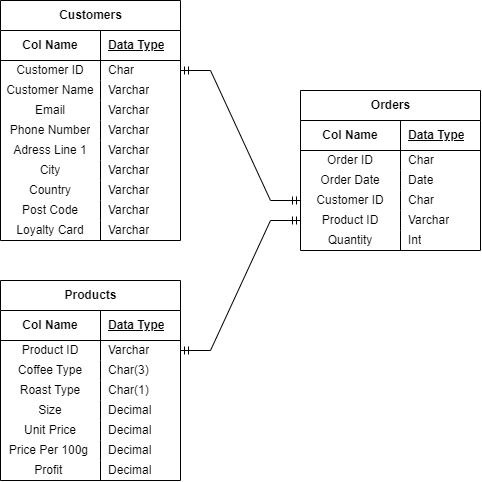
The draw.io diagram ReadMeImages/ERD.png in adam-grove/Coffee-Sales-Dashboard-Excel, before a commit. Source tidied: cells renumbered, new cells last; positions are measured from the earlier drawing's top-left corner, leaving out a move shared by most shapes. Source of this version:
```xml
<mxGraphModel>
  <root>
    <mxCell id="0" />
    <mxCell id="1" parent="0" />
    <mxCell id="2" value="Products" style="shape=table;startSize=30;rowLines=0;fontStyle=1;align=center;html=1;" parent="1" vertex="1">
      <mxGeometry y="280" width="180" height="200" as="geometry" />
    </mxCell>
    <mxCell id="3" style="shape=tableRow;horizontal=0;startSize=0;swimlaneHead=0;swimlaneBody=0;fillColor=none;top=0;left=0;right=0;bottom=1;" parent="2" vertex="1">
      <mxGeometry y="30" width="180" height="30" as="geometry" />
    </mxCell>
    <mxCell id="4" value="Col Name" style="shape=partialRectangle;fillColor=none;top=0;left=0;bottom=0;right=0;fontStyle=1;overflow=hidden;whiteSpace=wrap;html=1;" parent="3" vertex="1">
      <mxGeometry width="100" height="30" as="geometry" />
    </mxCell>
    <mxCell id="5" value="Data Type" style="shape=partialRectangle;fillColor=none;top=0;left=0;bottom=0;right=0;align=left;spacingLeft=6;fontStyle=5;overflow=hidden;whiteSpace=wrap;html=1;" parent="3" vertex="1">
      <mxGeometry x="100" width="80" height="30" as="geometry" />
    </mxCell>
    <mxCell id="6" style="shape=tableRow;horizontal=0;startSize=0;swimlaneHead=0;swimlaneBody=0;fillColor=none;points=[[0,0.5],[1,0.5]];portConstraint=eastwest;top=0;left=0;right=0;bottom=0;" parent="2" vertex="1">
      <mxGeometry y="60" width="180" height="20" as="geometry" />
    </mxCell>
    <mxCell id="7" value="Product ID" style="shape=partialRectangle;fillColor=none;top=0;left=0;bottom=0;right=0;overflow=hidden;whiteSpace=wrap;html=1;" parent="6" vertex="1">
      <mxGeometry width="100" height="20" as="geometry" />
    </mxCell>
    <mxCell id="8" value="Varchar" style="shape=partialRectangle;fillColor=none;top=0;left=0;bottom=0;right=0;align=left;spacingLeft=6;overflow=hidden;whiteSpace=wrap;html=1;" parent="6" vertex="1">
      <mxGeometry x="100" width="80" height="20" as="geometry" />
    </mxCell>
    <mxCell id="9" style="shape=tableRow;horizontal=0;startSize=0;swimlaneHead=0;swimlaneBody=0;fillColor=none;top=0;left=0;right=0;bottom=0;" parent="2" vertex="1">
      <mxGeometry y="80" width="180" height="20" as="geometry" />
    </mxCell>
    <mxCell id="10" value="Coffee Type" style="shape=partialRectangle;fillColor=none;top=0;left=0;bottom=0;right=0;overflow=hidden;whiteSpace=wrap;html=1;" parent="9" vertex="1">
      <mxGeometry width="100" height="20" as="geometry" />
    </mxCell>
    <mxCell id="11" value="Char(3)" style="shape=partialRectangle;fillColor=none;top=0;left=0;bottom=0;right=0;align=left;spacingLeft=6;overflow=hidden;whiteSpace=wrap;html=1;" parent="9" vertex="1">
      <mxGeometry x="100" width="80" height="20" as="geometry" />
    </mxCell>
    <mxCell id="12" style="shape=tableRow;horizontal=0;startSize=0;swimlaneHead=0;swimlaneBody=0;fillColor=none;top=0;left=0;right=0;bottom=0;" parent="2" vertex="1">
      <mxGeometry y="100" width="180" height="20" as="geometry" />
    </mxCell>
    <mxCell id="13" value="Roast Type" style="shape=partialRectangle;fillColor=none;top=0;left=0;bottom=0;right=0;overflow=hidden;whiteSpace=wrap;html=1;" parent="12" vertex="1">
      <mxGeometry width="100" height="20" as="geometry" />
    </mxCell>
    <mxCell id="14" value="Char(1)" style="shape=partialRectangle;fillColor=none;top=0;left=0;bottom=0;right=0;align=left;spacingLeft=6;overflow=hidden;whiteSpace=wrap;html=1;" parent="12" vertex="1">
      <mxGeometry x="100" width="80" height="20" as="geometry" />
    </mxCell>
    <mxCell id="15" style="shape=tableRow;horizontal=0;startSize=0;swimlaneHead=0;swimlaneBody=0;fillColor=none;top=0;left=0;right=0;bottom=0;" parent="2" vertex="1">
      <mxGeometry y="120" width="180" height="20" as="geometry" />
    </mxCell>
    <mxCell id="16" value="Size" style="shape=partialRectangle;fillColor=none;top=0;left=0;bottom=0;right=0;overflow=hidden;whiteSpace=wrap;html=1;" parent="15" vertex="1">
      <mxGeometry width="100" height="20" as="geometry" />
    </mxCell>
    <mxCell id="17" value="Decimal" style="shape=partialRectangle;fillColor=none;top=0;left=0;bottom=0;right=0;align=left;spacingLeft=6;overflow=hidden;whiteSpace=wrap;html=1;" parent="15" vertex="1">
      <mxGeometry x="100" width="80" height="20" as="geometry" />
    </mxCell>
    <mxCell id="18" style="shape=tableRow;horizontal=0;startSize=0;swimlaneHead=0;swimlaneBody=0;fillColor=none;top=0;left=0;right=0;bottom=0;" parent="2" vertex="1">
      <mxGeometry y="140" width="180" height="20" as="geometry" />
    </mxCell>
    <mxCell id="19" value="Unit Price" style="shape=partialRectangle;fillColor=none;top=0;left=0;bottom=0;right=0;overflow=hidden;whiteSpace=wrap;html=1;" parent="18" vertex="1">
      <mxGeometry width="100" height="20" as="geometry" />
    </mxCell>
    <mxCell id="20" value="Decimal" style="shape=partialRectangle;fillColor=none;top=0;left=0;bottom=0;right=0;align=left;spacingLeft=6;overflow=hidden;whiteSpace=wrap;html=1;" parent="18" vertex="1">
      <mxGeometry x="100" width="80" height="20" as="geometry" />
    </mxCell>
    <mxCell id="21" style="shape=tableRow;horizontal=0;startSize=0;swimlaneHead=0;swimlaneBody=0;fillColor=none;top=0;left=0;right=0;bottom=0;" parent="2" vertex="1">
      <mxGeometry y="160" width="180" height="20" as="geometry" />
    </mxCell>
    <mxCell id="22" value="Price Per 100g&amp;nbsp;" style="shape=partialRectangle;fillColor=none;top=0;left=0;bottom=0;right=0;overflow=hidden;whiteSpace=wrap;html=1;" parent="21" vertex="1">
      <mxGeometry width="100" height="20" as="geometry" />
    </mxCell>
    <mxCell id="23" value="Decimal" style="shape=partialRectangle;fillColor=none;top=0;left=0;bottom=0;right=0;align=left;spacingLeft=6;overflow=hidden;whiteSpace=wrap;html=1;" parent="21" vertex="1">
      <mxGeometry x="100" width="80" height="20" as="geometry" />
    </mxCell>
    <mxCell id="24" style="shape=tableRow;horizontal=0;startSize=0;swimlaneHead=0;swimlaneBody=0;fillColor=none;top=0;left=0;right=0;bottom=0;" parent="2" vertex="1">
      <mxGeometry y="180" width="180" height="20" as="geometry" />
    </mxCell>
    <mxCell id="25" value="Profit&amp;nbsp;" style="shape=partialRectangle;fillColor=none;top=0;left=0;bottom=0;right=0;overflow=hidden;whiteSpace=wrap;html=1;" parent="24" vertex="1">
      <mxGeometry width="100" height="20" as="geometry" />
    </mxCell>
    <mxCell id="26" value="Decimal" style="shape=partialRectangle;fillColor=none;top=0;left=0;bottom=0;right=0;align=left;spacingLeft=6;overflow=hidden;whiteSpace=wrap;html=1;" parent="24" vertex="1">
      <mxGeometry x="100" width="80" height="20" as="geometry" />
    </mxCell>
    <mxCell id="27" value="Customers" style="shape=table;startSize=30;rowLines=0;fontStyle=1;align=center;html=1;" parent="1" vertex="1">
      <mxGeometry width="180" height="240" as="geometry" />
    </mxCell>
    <mxCell id="28" style="shape=tableRow;horizontal=0;startSize=0;swimlaneHead=0;swimlaneBody=0;fillColor=none;top=0;left=0;right=0;bottom=1;" parent="27" vertex="1">
      <mxGeometry y="30" width="180" height="30" as="geometry" />
    </mxCell>
    <mxCell id="29" value="Col Name" style="shape=partialRectangle;fillColor=none;top=0;left=0;bottom=0;right=0;fontStyle=1;overflow=hidden;whiteSpace=wrap;html=1;" parent="28" vertex="1">
      <mxGeometry width="100" height="30" as="geometry" />
    </mxCell>
    <mxCell id="30" value="Data Type" style="shape=partialRectangle;fillColor=none;top=0;left=0;bottom=0;right=0;align=left;spacingLeft=6;fontStyle=5;overflow=hidden;whiteSpace=wrap;html=1;" parent="28" vertex="1">
      <mxGeometry x="100" width="80" height="30" as="geometry" />
    </mxCell>
    <mxCell id="31" style="shape=tableRow;horizontal=0;startSize=0;swimlaneHead=0;swimlaneBody=0;fillColor=none;points=[[0,0.5],[1,0.5]];portConstraint=eastwest;top=0;left=0;right=0;bottom=0;" parent="27" vertex="1">
      <mxGeometry y="60" width="180" height="20" as="geometry" />
    </mxCell>
    <mxCell id="32" value="Customer ID" style="shape=partialRectangle;fillColor=none;top=0;left=0;bottom=0;right=0;overflow=hidden;whiteSpace=wrap;html=1;" parent="31" vertex="1">
      <mxGeometry width="100" height="20" as="geometry" />
    </mxCell>
    <mxCell id="33" value="Char" style="shape=partialRectangle;fillColor=none;top=0;left=0;bottom=0;right=0;align=left;spacingLeft=6;overflow=hidden;whiteSpace=wrap;html=1;" parent="31" vertex="1">
      <mxGeometry x="100" width="80" height="20" as="geometry" />
    </mxCell>
    <mxCell id="34" style="shape=tableRow;horizontal=0;startSize=0;swimlaneHead=0;swimlaneBody=0;fillColor=none;top=0;left=0;right=0;bottom=0;" parent="27" vertex="1">
      <mxGeometry y="80" width="180" height="20" as="geometry" />
    </mxCell>
    <mxCell id="35" value="Customer Name" style="shape=partialRectangle;fillColor=none;top=0;left=0;bottom=0;right=0;overflow=hidden;whiteSpace=wrap;html=1;" parent="34" vertex="1">
      <mxGeometry width="100" height="20" as="geometry" />
    </mxCell>
    <mxCell id="36" value="Varchar" style="shape=partialRectangle;fillColor=none;top=0;left=0;bottom=0;right=0;align=left;spacingLeft=6;overflow=hidden;whiteSpace=wrap;html=1;" parent="34" vertex="1">
      <mxGeometry x="100" width="80" height="20" as="geometry" />
    </mxCell>
    <mxCell id="37" style="shape=tableRow;horizontal=0;startSize=0;swimlaneHead=0;swimlaneBody=0;fillColor=none;top=0;left=0;right=0;bottom=0;" parent="27" vertex="1">
      <mxGeometry y="100" width="180" height="20" as="geometry" />
    </mxCell>
    <mxCell id="38" value="Email" style="shape=partialRectangle;fillColor=none;top=0;left=0;bottom=0;right=0;overflow=hidden;whiteSpace=wrap;html=1;" parent="37" vertex="1">
      <mxGeometry width="100" height="20" as="geometry" />
    </mxCell>
    <mxCell id="39" value="Varchar" style="shape=partialRectangle;fillColor=none;top=0;left=0;bottom=0;right=0;align=left;spacingLeft=6;overflow=hidden;whiteSpace=wrap;html=1;" parent="37" vertex="1">
      <mxGeometry x="100" width="80" height="20" as="geometry" />
    </mxCell>
    <mxCell id="40" style="shape=tableRow;horizontal=0;startSize=0;swimlaneHead=0;swimlaneBody=0;fillColor=none;top=0;left=0;right=0;bottom=0;" parent="27" vertex="1">
      <mxGeometry y="120" width="180" height="20" as="geometry" />
    </mxCell>
    <mxCell id="41" value="Phone Number" style="shape=partialRectangle;fillColor=none;top=0;left=0;bottom=0;right=0;overflow=hidden;whiteSpace=wrap;html=1;" parent="40" vertex="1">
      <mxGeometry width="100" height="20" as="geometry" />
    </mxCell>
    <mxCell id="42" value="Varchar" style="shape=partialRectangle;fillColor=none;top=0;left=0;bottom=0;right=0;align=left;spacingLeft=6;overflow=hidden;whiteSpace=wrap;html=1;" parent="40" vertex="1">
      <mxGeometry x="100" width="80" height="20" as="geometry" />
    </mxCell>
    <mxCell id="43" style="shape=tableRow;horizontal=0;startSize=0;swimlaneHead=0;swimlaneBody=0;fillColor=none;top=0;left=0;right=0;bottom=0;" parent="27" vertex="1">
      <mxGeometry y="140" width="180" height="20" as="geometry" />
    </mxCell>
    <mxCell id="44" value="Adress Line 1" style="shape=partialRectangle;fillColor=none;top=0;left=0;bottom=0;right=0;overflow=hidden;whiteSpace=wrap;html=1;" parent="43" vertex="1">
      <mxGeometry width="100" height="20" as="geometry" />
    </mxCell>
    <mxCell id="45" value="Varchar" style="shape=partialRectangle;fillColor=none;top=0;left=0;bottom=0;right=0;align=left;spacingLeft=6;overflow=hidden;whiteSpace=wrap;html=1;" parent="43" vertex="1">
      <mxGeometry x="100" width="80" height="20" as="geometry" />
    </mxCell>
    <mxCell id="46" style="shape=tableRow;horizontal=0;startSize=0;swimlaneHead=0;swimlaneBody=0;fillColor=none;top=0;left=0;right=0;bottom=0;" parent="27" vertex="1">
      <mxGeometry y="160" width="180" height="20" as="geometry" />
    </mxCell>
    <mxCell id="47" value="City" style="shape=partialRectangle;fillColor=none;top=0;left=0;bottom=0;right=0;overflow=hidden;whiteSpace=wrap;html=1;" parent="46" vertex="1">
      <mxGeometry width="100" height="20" as="geometry" />
    </mxCell>
    <mxCell id="48" value="Varchar" style="shape=partialRectangle;fillColor=none;top=0;left=0;bottom=0;right=0;align=left;spacingLeft=6;overflow=hidden;whiteSpace=wrap;html=1;" parent="46" vertex="1">
      <mxGeometry x="100" width="80" height="20" as="geometry" />
    </mxCell>
    <mxCell id="49" style="shape=tableRow;horizontal=0;startSize=0;swimlaneHead=0;swimlaneBody=0;fillColor=none;top=0;left=0;right=0;bottom=0;" parent="27" vertex="1">
      <mxGeometry y="180" width="180" height="20" as="geometry" />
    </mxCell>
    <mxCell id="50" value="Country" style="shape=partialRectangle;fillColor=none;top=0;left=0;bottom=0;right=0;overflow=hidden;whiteSpace=wrap;html=1;" parent="49" vertex="1">
      <mxGeometry width="100" height="20" as="geometry" />
    </mxCell>
    <mxCell id="51" value="Varchar" style="shape=partialRectangle;fillColor=none;top=0;left=0;bottom=0;right=0;align=left;spacingLeft=6;overflow=hidden;whiteSpace=wrap;html=1;" parent="49" vertex="1">
      <mxGeometry x="100" width="80" height="20" as="geometry" />
    </mxCell>
    <mxCell id="52" style="shape=tableRow;horizontal=0;startSize=0;swimlaneHead=0;swimlaneBody=0;fillColor=none;top=0;left=0;right=0;bottom=0;" parent="27" vertex="1">
      <mxGeometry y="200" width="180" height="20" as="geometry" />
    </mxCell>
    <mxCell id="53" value="Post Code" style="shape=partialRectangle;fillColor=none;top=0;left=0;bottom=0;right=0;overflow=hidden;whiteSpace=wrap;html=1;" parent="52" vertex="1">
      <mxGeometry width="100" height="20" as="geometry" />
    </mxCell>
    <mxCell id="54" value="Varchar" style="shape=partialRectangle;fillColor=none;top=0;left=0;bottom=0;right=0;align=left;spacingLeft=6;overflow=hidden;whiteSpace=wrap;html=1;" parent="52" vertex="1">
      <mxGeometry x="100" width="80" height="20" as="geometry" />
    </mxCell>
    <mxCell id="55" style="shape=tableRow;horizontal=0;startSize=0;swimlaneHead=0;swimlaneBody=0;fillColor=none;top=0;left=0;right=0;bottom=0;" parent="27" vertex="1">
      <mxGeometry y="220" width="180" height="20" as="geometry" />
    </mxCell>
    <mxCell id="56" value="Loyalty Card" style="shape=partialRectangle;fillColor=none;top=0;left=0;bottom=0;right=0;overflow=hidden;whiteSpace=wrap;html=1;" parent="55" vertex="1">
      <mxGeometry width="100" height="20" as="geometry" />
    </mxCell>
    <mxCell id="57" value="Varchar" style="shape=partialRectangle;fillColor=none;top=0;left=0;bottom=0;right=0;align=left;spacingLeft=6;overflow=hidden;whiteSpace=wrap;html=1;" parent="55" vertex="1">
      <mxGeometry x="100" width="80" height="20" as="geometry" />
    </mxCell>
    <mxCell id="58" value="Orders" style="shape=table;startSize=30;rowLines=0;fontStyle=1;align=center;html=1;" parent="1" vertex="1">
      <mxGeometry x="300" y="90" width="180" height="160" as="geometry" />
    </mxCell>
    <mxCell id="59" style="shape=tableRow;horizontal=0;startSize=0;swimlaneHead=0;swimlaneBody=0;fillColor=none;top=0;left=0;right=0;bottom=1;" parent="58" vertex="1">
      <mxGeometry y="30" width="180" height="30" as="geometry" />
    </mxCell>
    <mxCell id="60" value="Col Name" style="shape=partialRectangle;fillColor=none;top=0;left=0;bottom=0;right=0;fontStyle=1;overflow=hidden;whiteSpace=wrap;html=1;" parent="59" vertex="1">
      <mxGeometry width="100" height="30" as="geometry" />
    </mxCell>
    <mxCell id="61" value="Data Type" style="shape=partialRectangle;fillColor=none;top=0;left=0;bottom=0;right=0;align=left;spacingLeft=6;fontStyle=5;overflow=hidden;whiteSpace=wrap;html=1;" parent="59" vertex="1">
      <mxGeometry x="100" width="80" height="30" as="geometry" />
    </mxCell>
    <mxCell id="62" style="shape=tableRow;horizontal=0;startSize=0;swimlaneHead=0;swimlaneBody=0;fillColor=none;top=0;left=0;right=0;bottom=0;" parent="58" vertex="1">
      <mxGeometry y="60" width="180" height="20" as="geometry" />
    </mxCell>
    <mxCell id="63" value="Order ID" style="shape=partialRectangle;fillColor=none;top=0;left=0;bottom=0;right=0;overflow=hidden;whiteSpace=wrap;html=1;" parent="62" vertex="1">
      <mxGeometry width="100" height="20" as="geometry" />
    </mxCell>
    <mxCell id="64" value="Char" style="shape=partialRectangle;fillColor=none;top=0;left=0;bottom=0;right=0;align=left;spacingLeft=6;overflow=hidden;whiteSpace=wrap;html=1;" parent="62" vertex="1">
      <mxGeometry x="100" width="80" height="20" as="geometry" />
    </mxCell>
    <mxCell id="65" style="shape=tableRow;horizontal=0;startSize=0;swimlaneHead=0;swimlaneBody=0;fillColor=none;top=0;left=0;right=0;bottom=0;" parent="58" vertex="1">
      <mxGeometry y="80" width="180" height="20" as="geometry" />
    </mxCell>
    <mxCell id="66" value="Order Date" style="shape=partialRectangle;fillColor=none;top=0;left=0;bottom=0;right=0;overflow=hidden;whiteSpace=wrap;html=1;" parent="65" vertex="1">
      <mxGeometry width="100" height="20" as="geometry" />
    </mxCell>
    <mxCell id="67" value="Date" style="shape=partialRectangle;fillColor=none;top=0;left=0;bottom=0;right=0;align=left;spacingLeft=6;overflow=hidden;whiteSpace=wrap;html=1;" parent="65" vertex="1">
      <mxGeometry x="100" width="80" height="20" as="geometry" />
    </mxCell>
    <mxCell id="68" style="shape=tableRow;horizontal=0;startSize=0;swimlaneHead=0;swimlaneBody=0;fillColor=none;points=[[0,0.5],[1,0.5]];portConstraint=eastwest;top=0;left=0;right=0;bottom=0;" parent="58" vertex="1">
      <mxGeometry y="100" width="180" height="20" as="geometry" />
    </mxCell>
    <mxCell id="69" value="Customer ID" style="shape=partialRectangle;fillColor=none;top=0;left=0;bottom=0;right=0;overflow=hidden;whiteSpace=wrap;html=1;" parent="68" vertex="1">
      <mxGeometry width="100" height="20" as="geometry" />
    </mxCell>
    <mxCell id="70" value="Char" style="shape=partialRectangle;fillColor=none;top=0;left=0;bottom=0;right=0;align=left;spacingLeft=6;overflow=hidden;whiteSpace=wrap;html=1;" parent="68" vertex="1">
      <mxGeometry x="100" width="80" height="20" as="geometry" />
    </mxCell>
    <mxCell id="71" style="shape=tableRow;horizontal=0;startSize=0;swimlaneHead=0;swimlaneBody=0;fillColor=none;top=0;left=0;right=0;bottom=0;" parent="58" vertex="1">
      <mxGeometry y="120" width="180" height="20" as="geometry" />
    </mxCell>
    <mxCell id="72" value="Product ID" style="shape=partialRectangle;fillColor=none;top=0;left=0;bottom=0;right=0;overflow=hidden;whiteSpace=wrap;html=1;" parent="71" vertex="1">
      <mxGeometry width="100" height="20" as="geometry" />
    </mxCell>
    <mxCell id="73" value="Varchar" style="shape=partialRectangle;fillColor=none;top=0;left=0;bottom=0;right=0;align=left;spacingLeft=6;overflow=hidden;whiteSpace=wrap;html=1;" parent="71" vertex="1">
      <mxGeometry x="100" width="80" height="20" as="geometry" />
    </mxCell>
    <mxCell id="74" style="shape=tableRow;horizontal=0;startSize=0;swimlaneHead=0;swimlaneBody=0;fillColor=none;top=0;left=0;right=0;bottom=0;" parent="58" vertex="1">
      <mxGeometry y="140" width="180" height="20" as="geometry" />
    </mxCell>
    <mxCell id="75" value="Quantity" style="shape=partialRectangle;fillColor=none;top=0;left=0;bottom=0;right=0;overflow=hidden;whiteSpace=wrap;html=1;" parent="74" vertex="1">
      <mxGeometry width="100" height="20" as="geometry" />
    </mxCell>
    <mxCell id="76" value="Int" style="shape=partialRectangle;fillColor=none;top=0;left=0;bottom=0;right=0;align=left;spacingLeft=6;overflow=hidden;whiteSpace=wrap;html=1;" parent="74" vertex="1">
      <mxGeometry x="100" width="80" height="20" as="geometry" />
    </mxCell>
    <mxCell id="77" style="edgeStyle=entityRelationEdgeStyle;fontSize=12;html=1;endArrow=ERmandOne;startArrow=ERmandOne;rounded=0;exitX=1;exitY=0.5;exitDx=0;exitDy=0;entryX=0;entryY=0.5;entryDx=0;entryDy=0;" parent="1" edge="1" source="31" target="68">
      <mxGeometry relative="1" as="geometry">
        <Array as="points">
          <mxPoint x="250" y="260" />
          <mxPoint x="230" y="350" />
          <mxPoint x="260" y="300" />
          <mxPoint x="240" y="300" />
        </Array>
      </mxGeometry>
    </mxCell>
    <mxCell id="78" style="edgeStyle=entityRelationEdgeStyle;fontSize=12;html=1;endArrow=ERmandOne;startArrow=ERmandOne;rounded=0;exitX=1;exitY=0.5;exitDx=0;exitDy=0;" parent="1" edge="1" source="6">
      <mxGeometry relative="1" as="geometry">
        <mxPoint x="300" y="220" as="targetPoint" />
      </mxGeometry>
    </mxCell>
  </root>
</mxGraphModel>
```
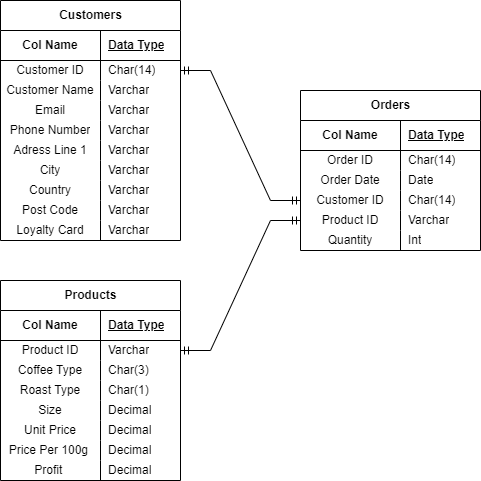
The same diagram one commit later.

Change to the diagram source:
```diff
@@ -95,7 +95,7 @@
     <mxCell id="32" value="Customer ID" style="shape=partialRectangle;fillColor=none;top=0;left=0;bottom=0;right=0;overflow=hidden;whiteSpace=wrap;html=1;" parent="31" vertex="1">
       <mxGeometry width="100" height="20" as="geometry" />
     </mxCell>
-    <mxCell id="33" value="Char" style="shape=partialRectangle;fillColor=none;top=0;left=0;bottom=0;right=0;align=left;spacingLeft=6;overflow=hidden;whiteSpace=wrap;html=1;" parent="31" vertex="1">
+    <mxCell id="33" value="Char(14)" style="shape=partialRectangle;fillColor=none;top=0;left=0;bottom=0;right=0;align=left;spacingLeft=6;overflow=hidden;whiteSpace=wrap;html=1;" parent="31" vertex="1">
       <mxGeometry x="100" width="80" height="20" as="geometry" />
     </mxCell>
     <mxCell id="34" style="shape=tableRow;horizontal=0;startSize=0;swimlaneHead=0;swimlaneBody=0;fillColor=none;top=0;left=0;right=0;bottom=0;" parent="27" vertex="1">
@@ -188,7 +188,7 @@
     <mxCell id="63" value="Order ID" style="shape=partialRectangle;fillColor=none;top=0;left=0;bottom=0;right=0;overflow=hidden;whiteSpace=wrap;html=1;" parent="62" vertex="1">
       <mxGeometry width="100" height="20" as="geometry" />
     </mxCell>
-    <mxCell id="64" value="Char" style="shape=partialRectangle;fillColor=none;top=0;left=0;bottom=0;right=0;align=left;spacingLeft=6;overflow=hidden;whiteSpace=wrap;html=1;" parent="62" vertex="1">
+    <mxCell id="64" value="Char(14)" style="shape=partialRectangle;fillColor=none;top=0;left=0;bottom=0;right=0;align=left;spacingLeft=6;overflow=hidden;whiteSpace=wrap;html=1;" parent="62" vertex="1">
       <mxGeometry x="100" width="80" height="20" as="geometry" />
     </mxCell>
     <mxCell id="65" style="shape=tableRow;horizontal=0;startSize=0;swimlaneHead=0;swimlaneBody=0;fillColor=none;top=0;left=0;right=0;bottom=0;" parent="58" vertex="1">
@@ -206,7 +206,7 @@
     <mxCell id="69" value="Customer ID" style="shape=partialRectangle;fillColor=none;top=0;left=0;bottom=0;right=0;overflow=hidden;whiteSpace=wrap;html=1;" parent="68" vertex="1">
       <mxGeometry width="100" height="20" as="geometry" />
     </mxCell>
-    <mxCell id="70" value="Char" style="shape=partialRectangle;fillColor=none;top=0;left=0;bottom=0;right=0;align=left;spacingLeft=6;overflow=hidden;whiteSpace=wrap;html=1;" parent="68" vertex="1">
+    <mxCell id="70" value="Char(14)" style="shape=partialRectangle;fillColor=none;top=0;left=0;bottom=0;right=0;align=left;spacingLeft=6;overflow=hidden;whiteSpace=wrap;html=1;" parent="68" vertex="1">
       <mxGeometry x="100" width="80" height="20" as="geometry" />
     </mxCell>
     <mxCell id="71" style="shape=tableRow;horizontal=0;startSize=0;swimlaneHead=0;swimlaneBody=0;fillColor=none;top=0;left=0;right=0;bottom=0;" parent="58" vertex="1">
```
